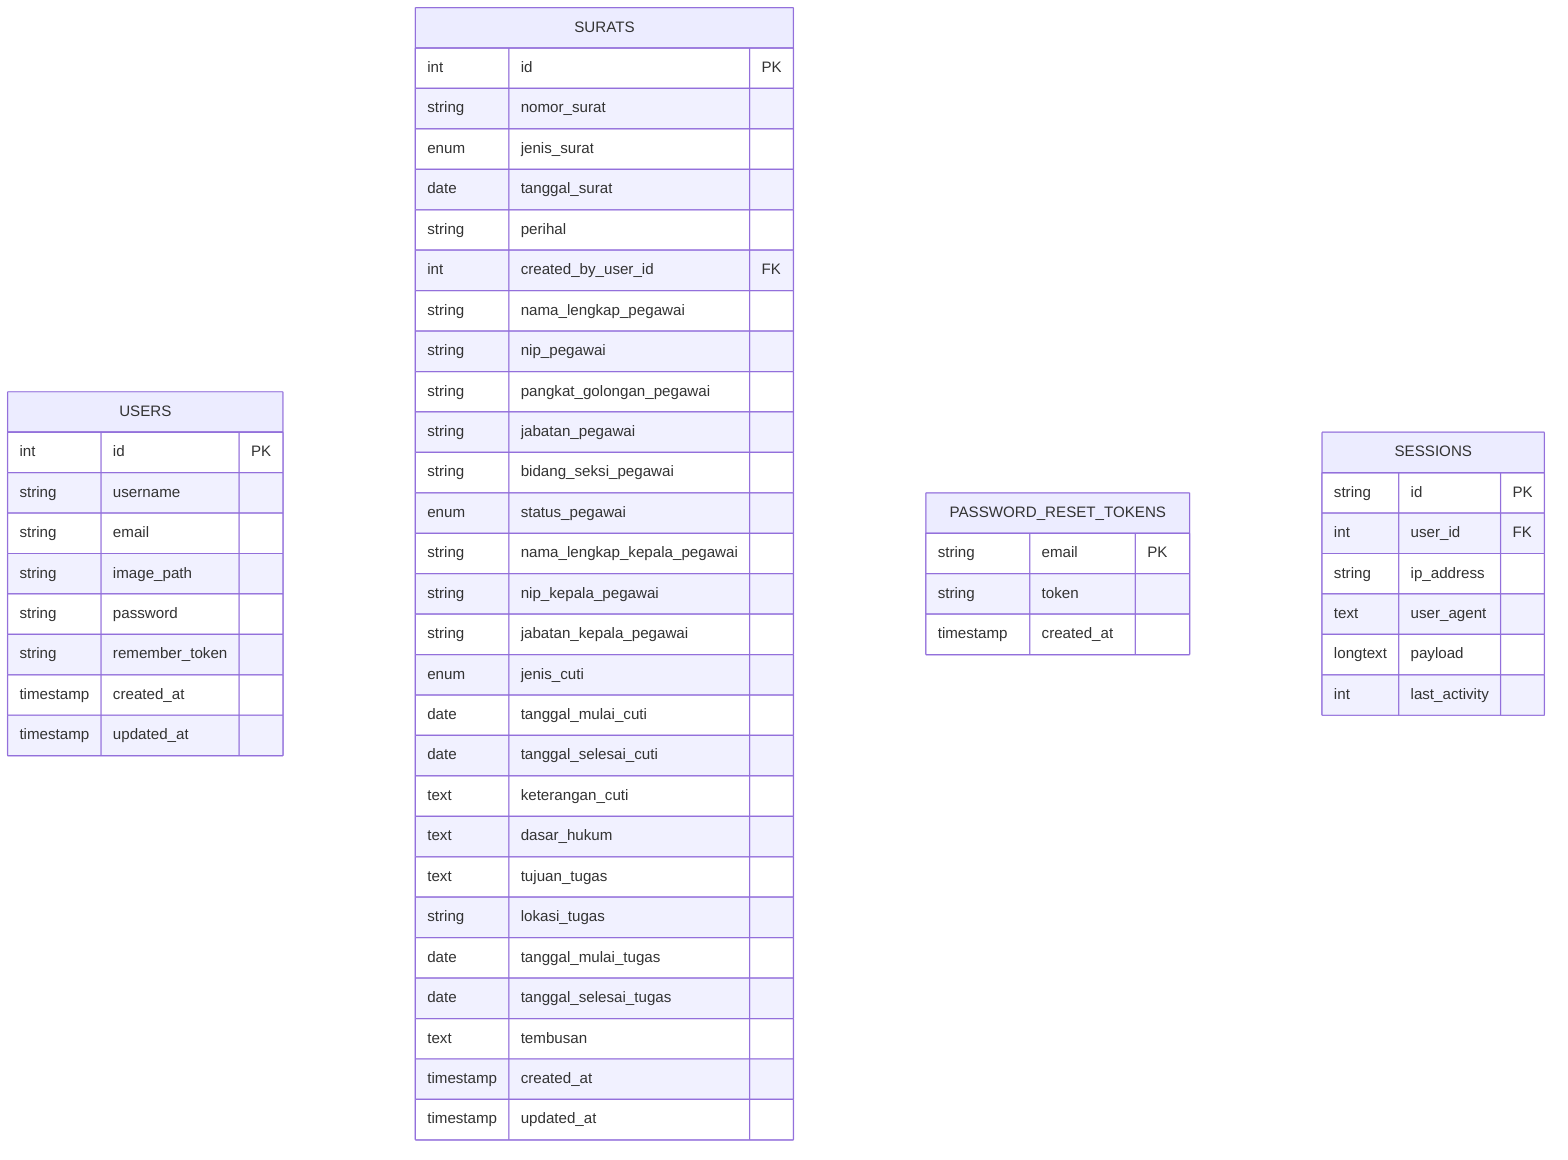
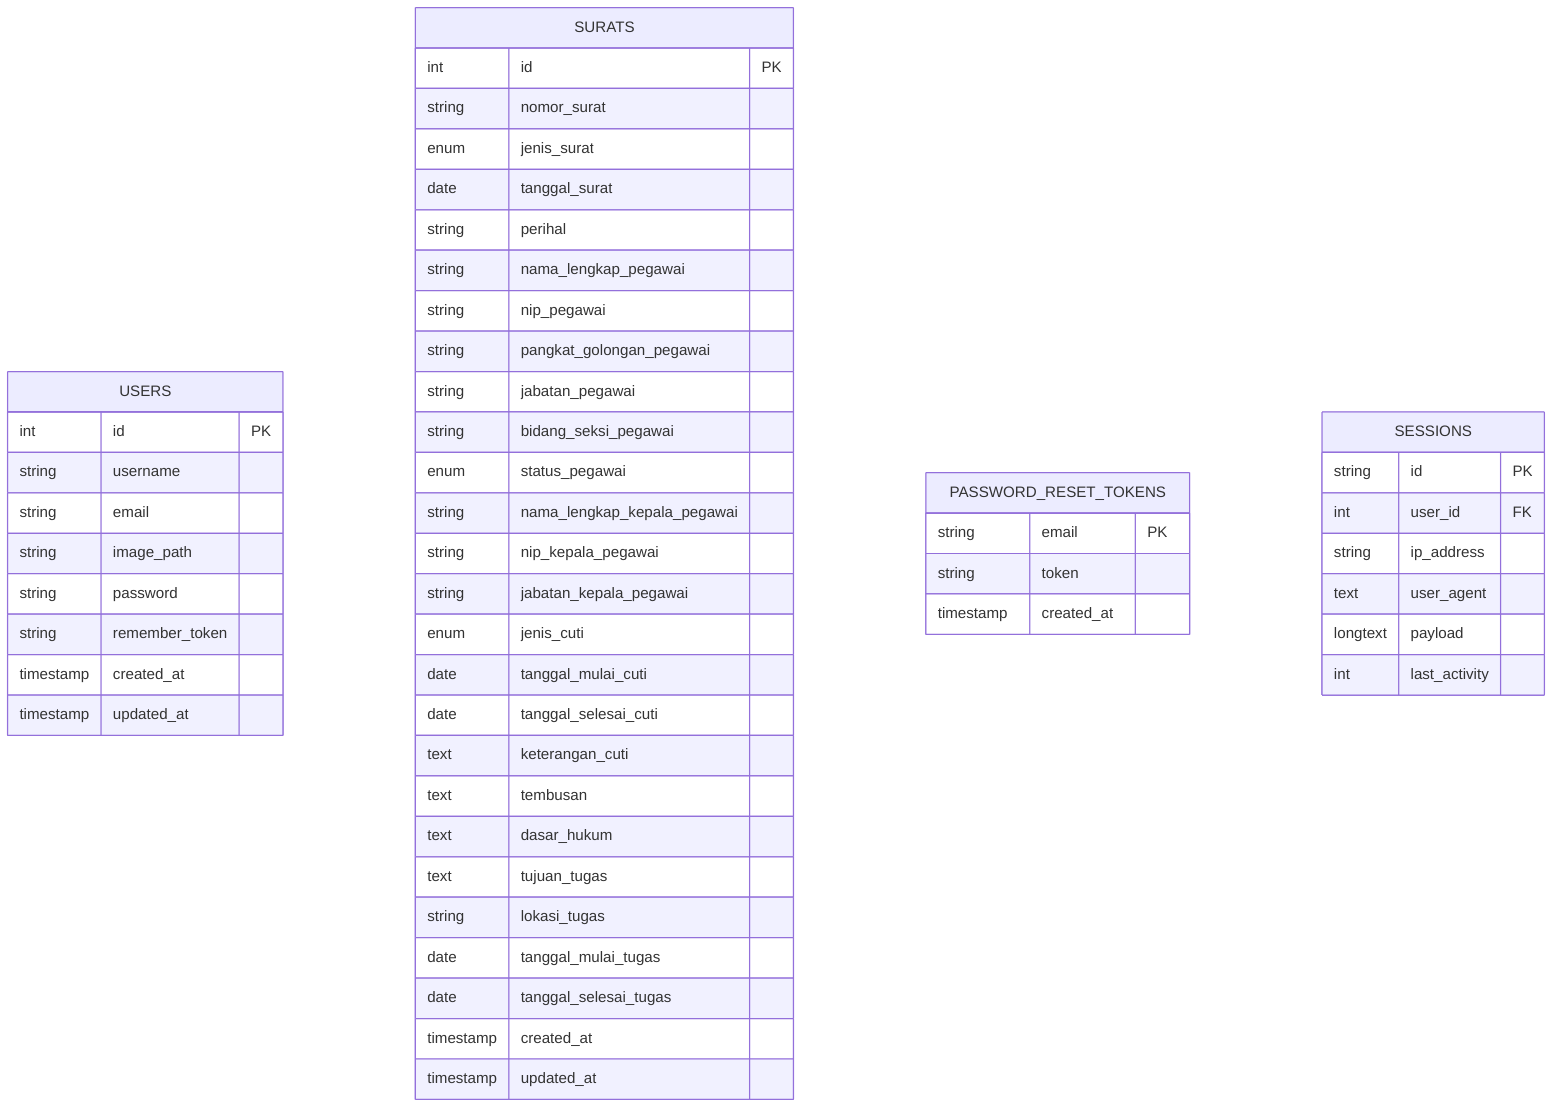
erDiagram
    USERS {
        int id PK
        string username
        string email
        string image_path
        string password
        string remember_token
        timestamp created_at
        timestamp updated_at
    }
    SURATS {
        int id PK
        string nomor_surat
        enum jenis_surat
        date tanggal_surat
        string perihal
-         int created_by_user_id FK
        string nama_lengkap_pegawai
        string nip_pegawai
        string pangkat_golongan_pegawai
        string jabatan_pegawai
        string bidang_seksi_pegawai
        enum status_pegawai
        string nama_lengkap_kepala_pegawai
        string nip_kepala_pegawai
        string jabatan_kepala_pegawai
        enum jenis_cuti
        date tanggal_mulai_cuti
        date tanggal_selesai_cuti
        text keterangan_cuti
+         text tembusan
        text dasar_hukum
        text tujuan_tugas
        string lokasi_tugas
        date tanggal_mulai_tugas
        date tanggal_selesai_tugas
-         text tembusan
        timestamp created_at
        timestamp updated_at
    }
    PASSWORD_RESET_TOKENS {
        string email PK
        string token
        timestamp created_at
    }
    SESSIONS {
        string id PK
        int user_id FK
        string ip_address
        text user_agent
        longtext payload
        int last_activity
    }
